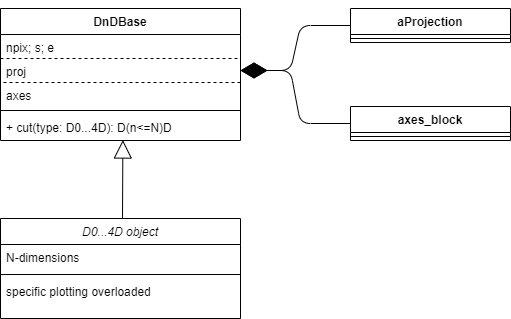
The draw.io diagram documentation/diagrams/dnd.png in pace-neutrons/Horace, before a commit. Source tidied: cells renumbered, new cells last; positions are measured from the earlier drawing's top-left corner, leaving out a move shared by most shapes.
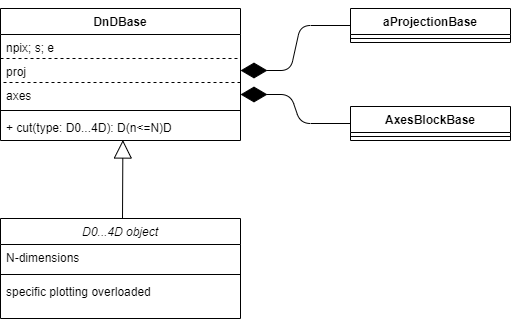
The same file after the commit.

The edit, as a diff of the source:
```diff
@@ -41,23 +41,23 @@
         </Array>
       </mxGeometry>
     </mxCell>
-    <mxCell id="13" value="aProjection" style="swimlane;fontStyle=1;align=center;verticalAlign=top;horizontal=1;startSize=26;" parent="1" vertex="1">
+    <mxCell id="13" value="aProjectionBase" style="swimlane;fontStyle=1;align=center;verticalAlign=top;horizontal=1;startSize=26;" parent="1" vertex="1">
       <mxGeometry x="350" width="160" height="34" as="geometry" />
     </mxCell>
     <mxCell id="14" style="line;strokeWidth=1;fillColor=none;align=left;verticalAlign=middle;spacingTop=-1;spacingLeft=3;spacingRight=3;labelPosition=right;" parent="13" vertex="1">
       <mxGeometry y="26" width="160" height="8" as="geometry" />
     </mxCell>
-    <mxCell id="15" value="axes_block" style="swimlane;fontStyle=1;align=center;verticalAlign=top;horizontal=1;startSize=26;" parent="1" vertex="1">
+    <mxCell id="15" value="AxesBlockBase" style="swimlane;fontStyle=1;align=center;verticalAlign=top;horizontal=1;startSize=26;" parent="1" vertex="1">
       <mxGeometry x="350" y="98" width="160" height="34" as="geometry" />
     </mxCell>
     <mxCell id="16" style="line;strokeWidth=1;fillColor=none;align=left;verticalAlign=middle;spacingTop=-1;spacingLeft=3;spacingRight=3;labelPosition=right;" parent="15" vertex="1">
       <mxGeometry y="26" width="160" height="8" as="geometry" />
     </mxCell>
-    <mxCell id="17" style="endArrow=diamondThin;endFill=1;endSize=24;html=1;exitX=0;exitY=0.5;exitDx=0;exitDy=0;entryX=1;entryY=0.5;entryDx=0;entryDy=0;" parent="1" edge="1" source="15" target="4">
+    <mxCell id="17" style="endArrow=diamondThin;endFill=1;endSize=24;html=1;exitX=0;exitY=0.5;exitDx=0;exitDy=0;entryX=1;entryY=0.5;entryDx=0;entryDy=0;" parent="1" edge="1" source="15" target="5">
       <mxGeometry relative="1" as="geometry">
         <Array as="points">
           <mxPoint x="300" y="115" />
-          <mxPoint x="290" y="62" />
+          <mxPoint x="290" y="86" />
         </Array>
       </mxGeometry>
     </mxCell>
```
